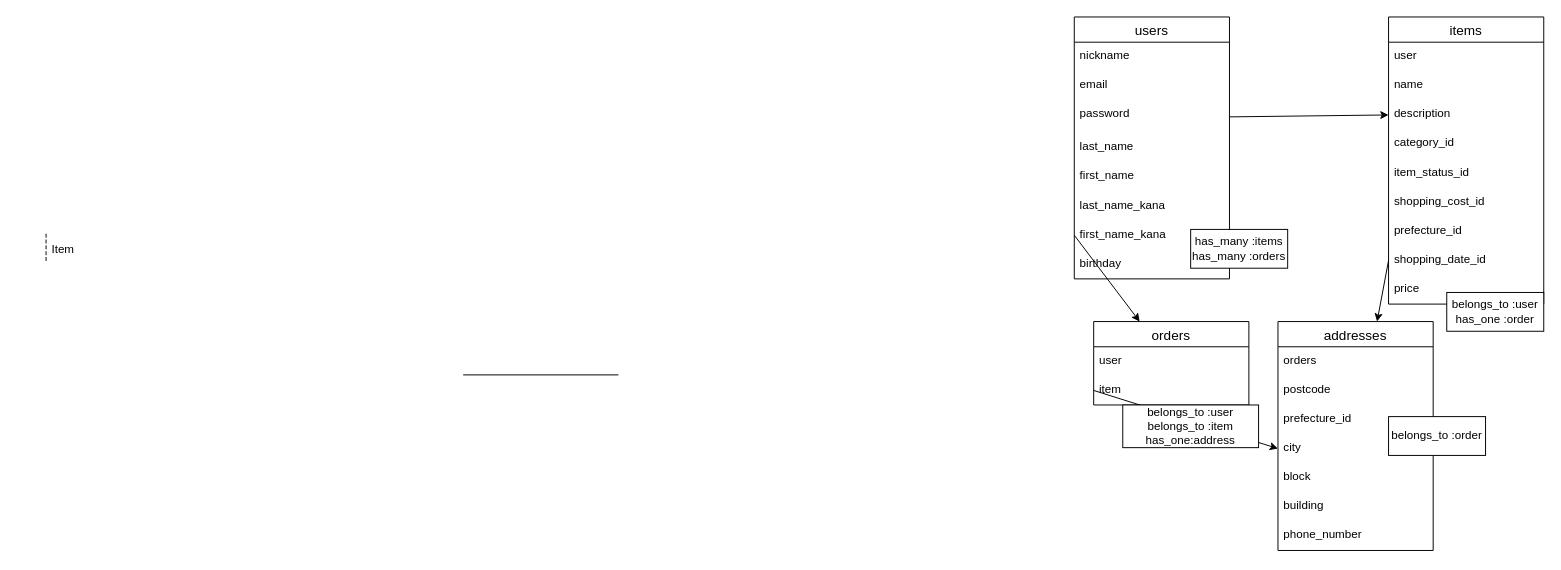
The draw.io diagram test.dio in HoneyTgs/furima-38290, before the edit. Source tidied: cells renumbered, new cells numbered last; positions are measured from the earlier drawing's top-left corner, leaving out a move shared by most shapes. Both pictures are drawn from the tidied source at 97%, with x=0, y=0 at pixel (16, 16).
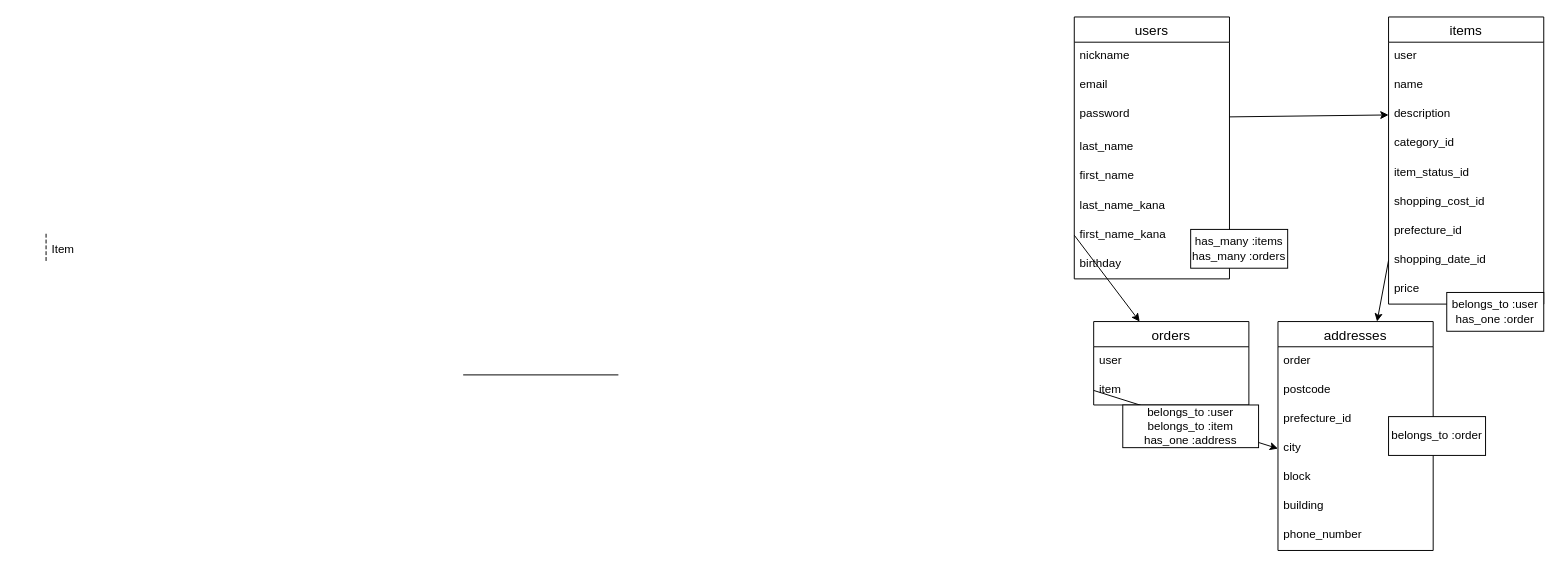
The same diagram, later.

The change refers to these unchanged cells:
```xml
<mxCell id="22" value="addresses" style="swimlane;fontStyle=0;horizontal=1;startSize=26;align=center;fontSize=14;" parent="1" vertex="1">
  <mxGeometry x="1300" y="314" width="160" height="236" as="geometry" />
</mxCell>
```

Diff of the diagram source:
```diff
@@
-    <mxCell id="23" value="orders" style="text;strokeColor=none;fillColor=none;spacingLeft=4;spacingRight=4;overflow=hidden;fontSize=12;" parent="22" vertex="1">
+    <mxCell id="23" value="order" style="text;strokeColor=none;fillColor=none;spacingLeft=4;spacingRight=4;overflow=hidden;fontSize=12;" parent="22" vertex="1">
       <mxGeometry y="26" width="160" height="30" as="geometry" />
     </mxCell>
@@
-    <mxCell id="42" value="belongs_to :user&lt;br&gt;belongs_to :item&lt;br&gt;has_one:address" style="whiteSpace=wrap;html=1;align=center;" parent="1" vertex="1">
+    <mxCell id="42" value="belongs_to :user&lt;br&gt;belongs_to :item&lt;br&gt;has_one :address" style="whiteSpace=wrap;html=1;align=center;" parent="1" vertex="1">
       <mxGeometry x="1140" y="400" width="140" height="44" as="geometry" />
     </mxCell>
```
